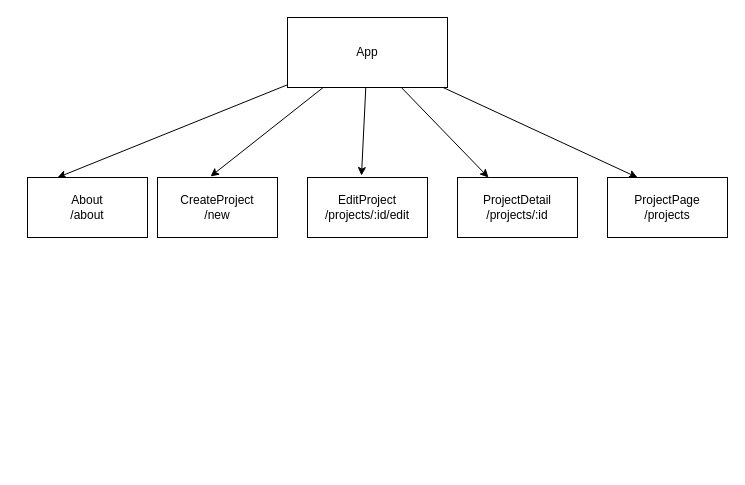
rachelAtFlatiron/Phase-2-021924 keeps this draw.io diagram as assets/app.drawio. Above is the earlier version. Source tidied: cells renumbered, new cells numbered last; positions are measured from the earlier drawing's top-left corner, leaving out a move shared by most shapes. Both pictures are drawn from the tidied source at 100%, with x=0, y=0 at pixel (27, 17).
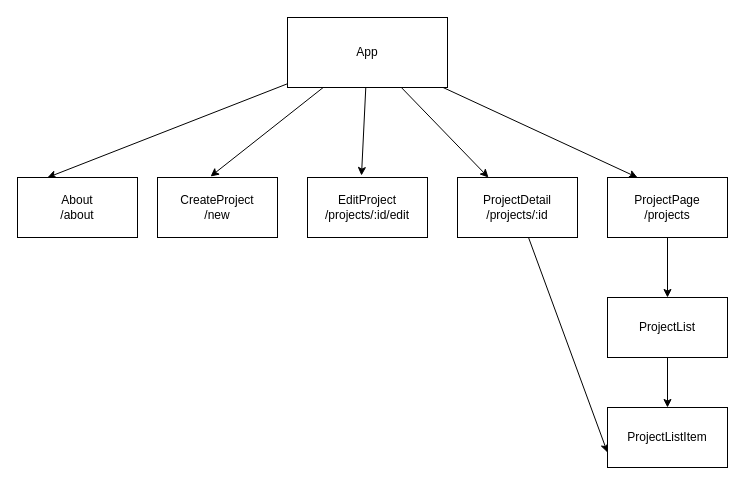
The same page after the edit.

Change to the diagram source:
```diff
@@
 <mxGraphModel>
   <root>
     <mxCell id="0" />
     <mxCell id="1" parent="0" />
     <mxCell id="2" style="edgeStyle=none;html=1;entryX=0.25;entryY=0;entryDx=0;entryDy=0;" parent="1" edge="1" source="7" target="8">
       <mxGeometry relative="1" as="geometry" />
     </mxCell>
     <mxCell id="3" style="edgeStyle=none;html=1;entryX=0.442;entryY=-0.017;entryDx=0;entryDy=0;entryPerimeter=0;" parent="1" edge="1" source="7" target="9">
       <mxGeometry relative="1" as="geometry" />
     </mxCell>
     <mxCell id="4" style="edgeStyle=none;html=1;entryX=0.45;entryY=-0.033;entryDx=0;entryDy=0;entryPerimeter=0;" parent="1" edge="1" source="7" target="10">
       <mxGeometry relative="1" as="geometry" />
     </mxCell>
     <mxCell id="5" style="edgeStyle=none;html=1;" parent="1" edge="1" source="7" target="11">
       <mxGeometry relative="1" as="geometry" />
     </mxCell>
     <mxCell id="6" style="edgeStyle=none;html=1;entryX=0.25;entryY=0;entryDx=0;entryDy=0;" parent="1" edge="1" source="7" target="12">
       <mxGeometry relative="1" as="geometry" />
     </mxCell>
     <mxCell id="7" value="App" style="whiteSpace=wrap;html=1;" parent="1" vertex="1">
       <mxGeometry x="260" width="160" height="70" as="geometry" />
     </mxCell>
     <mxCell id="8" value="About&lt;br&gt;/about" style="whiteSpace=wrap;html=1;" parent="1" vertex="1">
-      <mxGeometry y="160" width="120" height="60" as="geometry" />
+      <mxGeometry x="-10" y="160" width="120" height="60" as="geometry" />
     </mxCell>
     <mxCell id="9" value="CreateProject&lt;br&gt;/new" style="whiteSpace=wrap;html=1;" parent="1" vertex="1">
       <mxGeometry x="130" y="160" width="120" height="60" as="geometry" />
     </mxCell>
     <mxCell id="10" value="EditProject&lt;br&gt;/projects/:id/edit" style="whiteSpace=wrap;html=1;" parent="1" vertex="1">
       <mxGeometry x="280" y="160" width="120" height="60" as="geometry" />
     </mxCell>
+    <mxCell id="13" style="edgeStyle=none;html=1;entryX=0;entryY=0.75;entryDx=0;entryDy=0;" parent="1" edge="1" source="11" target="17">
+      <mxGeometry relative="1" as="geometry" />
+    </mxCell>
     <mxCell id="11" value="ProjectDetail&lt;br&gt;/projects/:id" style="whiteSpace=wrap;html=1;" parent="1" vertex="1">
       <mxGeometry x="430" y="160" width="120" height="60" as="geometry" />
     </mxCell>
+    <mxCell id="14" style="edgeStyle=none;html=1;" parent="1" edge="1" source="12" target="16">
+      <mxGeometry relative="1" as="geometry" />
+    </mxCell>
     <mxCell id="12" value="ProjectPage&lt;br&gt;/projects" style="whiteSpace=wrap;html=1;" parent="1" vertex="1">
       <mxGeometry x="580" y="160" width="120" height="60" as="geometry" />
     </mxCell>
+    <mxCell id="15" style="edgeStyle=none;html=1;entryX=0.5;entryY=0;entryDx=0;entryDy=0;" parent="1" edge="1" source="16" target="17">
+      <mxGeometry relative="1" as="geometry" />
+    </mxCell>
+    <mxCell id="16" value="ProjectList" style="whiteSpace=wrap;html=1;" parent="1" vertex="1">
+      <mxGeometry x="580" y="280" width="120" height="60" as="geometry" />
+    </mxCell>
+    <mxCell id="17" value="ProjectListItem" style="whiteSpace=wrap;html=1;" parent="1" vertex="1">
+      <mxGeometry x="580" y="390" width="120" height="60" as="geometry" />
+    </mxCell>
   </root>
 </mxGraphModel>
```
